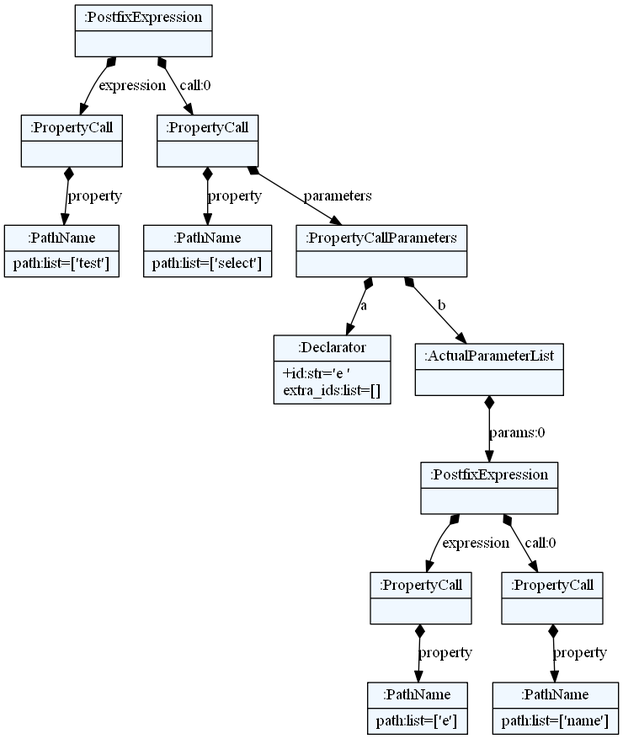
Above: Transpilation/expression.ocl.dot.png in Beuchey/OCL_Python (Graphviz), before the change. Its source is kept beside it as Transpilation/expression.ocl.dot. Source of this version:
```dot
    digraph xtext {
    fontname = "Bitstream Vera Sans"
    fontsize = 8
    node[
        shape=record,
        style=filled,
        fillcolor=aliceblue
    ]
    nodesep = 0.3
    edge[dir=black,arrowtail=empty]


38314128 -> 38317808 [label="expression" arrowtail=diamond dir=both]
38317808 -> 38315760 [label="property" arrowtail=diamond dir=both]
38315760[label="{:PathName|path:list=['test']\l}"]
38317808[label="{:PropertyCall|}"]
38314128 -> 38315600 [label="call:0" arrowtail=diamond dir=both]
38315600 -> 38315888 [label="property" arrowtail=diamond dir=both]
38315888[label="{:PathName|path:list=['select']\l}"]
38315600 -> 38316176 [label="parameters" arrowtail=diamond dir=both]
38316176 -> 38316272 [label="a" arrowtail=diamond dir=both]
38316272[label="{:Declarator|+id:str='e '\lextra_ids:list=[]\l}"]
38316176 -> 38316528 [label="b" arrowtail=diamond dir=both]
38316528 -> 38316560 [label="params:0" arrowtail=diamond dir=both]
38316560 -> 38316624 [label="expression" arrowtail=diamond dir=both]
38316624 -> 38316976 [label="property" arrowtail=diamond dir=both]
38316976[label="{:PathName|path:list=['e']\l}"]
38316624[label="{:PropertyCall|}"]
38316560 -> 38316592 [label="call:0" arrowtail=diamond dir=both]
38316592 -> 38316752 [label="property" arrowtail=diamond dir=both]
38316752[label="{:PathName|path:list=['name']\l}"]
38316592[label="{:PropertyCall|}"]
38316560[label="{:PostfixExpression|}"]
38316528[label="{:ActualParameterList|}"]
38316176[label="{:PropertyCallParameters|}"]
38315600[label="{:PropertyCall|}"]
38314128[label="{:PostfixExpression|}"]

}
```
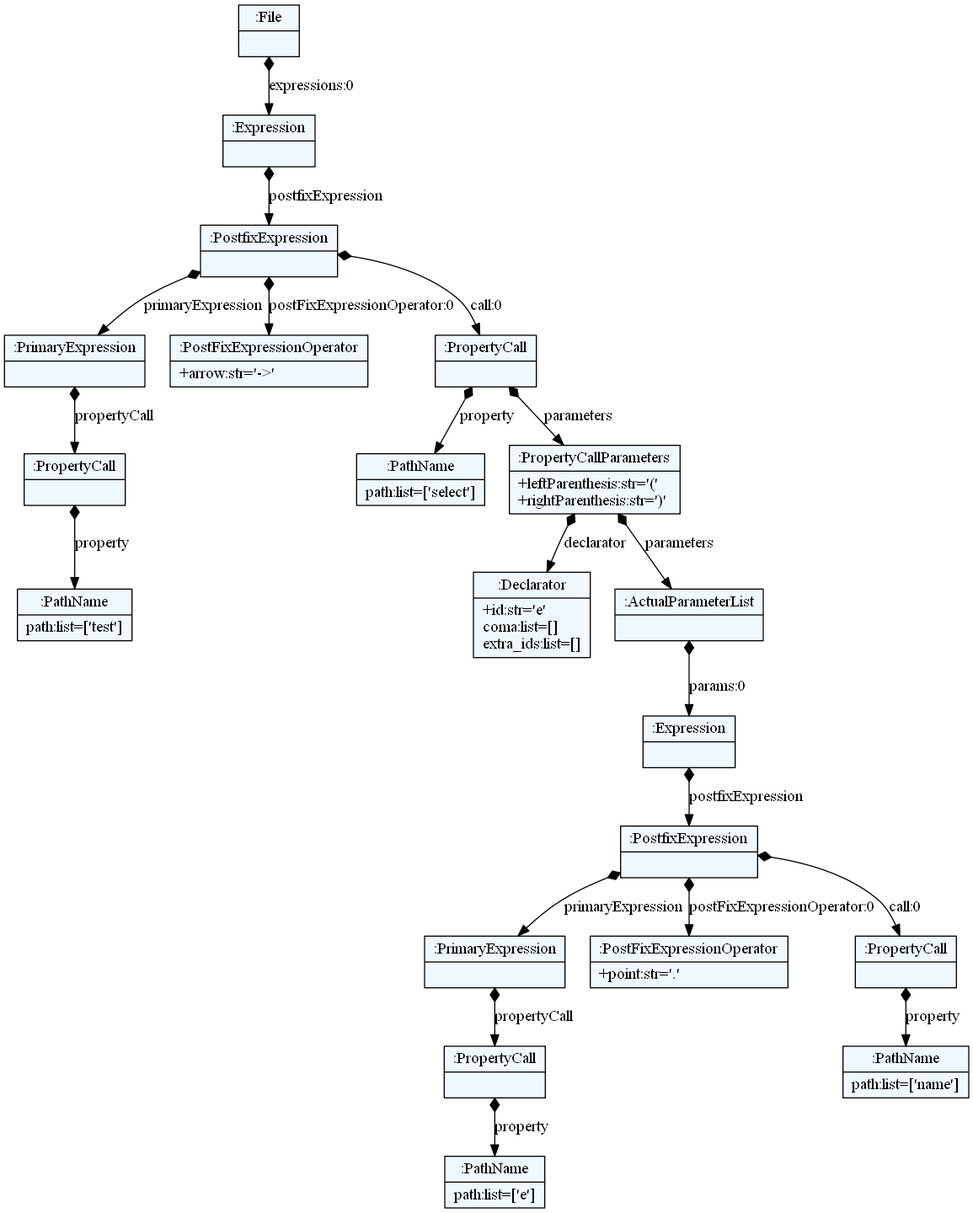
Above is the later version.

What changed in the source:
```diff
@@ -10,30 +10,44 @@
     edge[dir=black,arrowtail=empty]
 
 
-38314128 -> 38317808 [label="expression" arrowtail=diamond dir=both]
-38317808 -> 38315760 [label="property" arrowtail=diamond dir=both]
-38315760[label="{:PathName|path:list=['test']\l}"]
-38317808[label="{:PropertyCall|}"]
-38314128 -> 38315600 [label="call:0" arrowtail=diamond dir=both]
-38315600 -> 38315888 [label="property" arrowtail=diamond dir=both]
-38315888[label="{:PathName|path:list=['select']\l}"]
-38315600 -> 38316176 [label="parameters" arrowtail=diamond dir=both]
-38316176 -> 38316272 [label="a" arrowtail=diamond dir=both]
-38316272[label="{:Declarator|+id:str='e '\lextra_ids:list=[]\l}"]
-38316176 -> 38316528 [label="b" arrowtail=diamond dir=both]
-38316528 -> 38316560 [label="params:0" arrowtail=diamond dir=both]
-38316560 -> 38316624 [label="expression" arrowtail=diamond dir=both]
-38316624 -> 38316976 [label="property" arrowtail=diamond dir=both]
-38316976[label="{:PathName|path:list=['e']\l}"]
-38316624[label="{:PropertyCall|}"]
-38316560 -> 38316592 [label="call:0" arrowtail=diamond dir=both]
-38316592 -> 38316752 [label="property" arrowtail=diamond dir=both]
-38316752[label="{:PathName|path:list=['name']\l}"]
-38316592[label="{:PropertyCall|}"]
-38316560[label="{:PostfixExpression|}"]
-38316528[label="{:ActualParameterList|}"]
-38316176[label="{:PropertyCallParameters|}"]
-38315600[label="{:PropertyCall|}"]
-38314128[label="{:PostfixExpression|}"]
+41384208 -> 41383952 [label="expressions:0" arrowtail=diamond dir=both]
+41383952 -> 41384880 [label="postfixExpression" arrowtail=diamond dir=both]
+41384880 -> 41382032 [label="primaryExpression" arrowtail=diamond dir=both]
+41382032 -> 41381936 [label="propertyCall" arrowtail=diamond dir=both]
+41381936 -> 41383184 [label="property" arrowtail=diamond dir=both]
+41383184[label="{:PathName|path:list=['test']\l}"]
+41381936[label="{:PropertyCall|}"]
+41382032[label="{:PrimaryExpression|}"]
+41384880 -> 41383152 [label="postFixExpressionOperator:0" arrowtail=diamond dir=both]
+41383152[label="{:PostFixExpressionOperator|+arrow:str='-\>'\l}"]
+41384880 -> 41382224 [label="call:0" arrowtail=diamond dir=both]
+41382224 -> 41382064 [label="property" arrowtail=diamond dir=both]
+41382064[label="{:PathName|path:list=['select']\l}"]
+41382224 -> 41383472 [label="parameters" arrowtail=diamond dir=both]
+41383472 -> 41383120 [label="declarator" arrowtail=diamond dir=both]
+41383120[label="{:Declarator|+id:str='e'\lcoma:list=[]\lextra_ids:list=[]\l}"]
+41383472 -> 41382640 [label="parameters" arrowtail=diamond dir=both]
+41382640 -> 41383984 [label="params:0" arrowtail=diamond dir=both]
+41383984 -> 41385040 [label="postfixExpression" arrowtail=diamond dir=both]
+41385040 -> 41385872 [label="primaryExpression" arrowtail=diamond dir=both]
+41385872 -> 41515888 [label="propertyCall" arrowtail=diamond dir=both]
+41515888 -> 41514608 [label="property" arrowtail=diamond dir=both]
+41514608[label="{:PathName|path:list=['e']\l}"]
+41515888[label="{:PropertyCall|}"]
+41385872[label="{:PrimaryExpression|}"]
+41385040 -> 40961072 [label="postFixExpressionOperator:0" arrowtail=diamond dir=both]
+40961072[label="{:PostFixExpressionOperator|+point:str='.'\l}"]
+41385040 -> 41513008 [label="call:0" arrowtail=diamond dir=both]
+41513008 -> 41515248 [label="property" arrowtail=diamond dir=both]
+41515248[label="{:PathName|path:list=['name']\l}"]
+41513008[label="{:PropertyCall|}"]
+41385040[label="{:PostfixExpression|}"]
+41383984[label="{:Expression|}"]
+41382640[label="{:ActualParameterList|}"]
+41383472[label="{:PropertyCallParameters|+leftParenthesis:str='('\l+rightParenthesis:str=')'\l}"]
+41382224[label="{:PropertyCall|}"]
+41384880[label="{:PostfixExpression|}"]
+41383952[label="{:Expression|}"]
+41384208[label="{:File|}"]
 
 }
```
